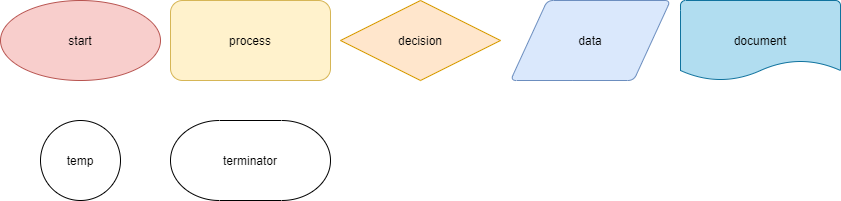
Before: explore/diagramming/diagram.drawio.png, a diagram exported from draw.io (StevenSchaeffer/fa21-cse110-lab4). Source tidied: cells renumbered, new cells last; positions are measured from the earlier drawing's top-left corner, leaving out a move shared by most shapes.
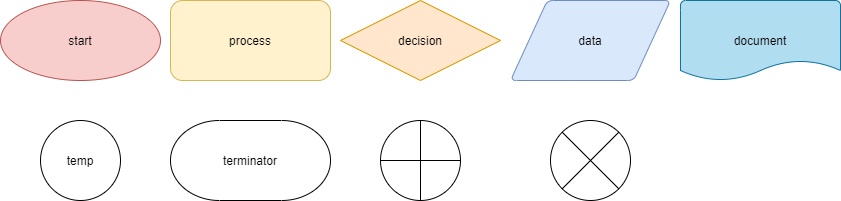
After the change.

The edit, as a diff of the source:
```diff
@@ -26,5 +26,11 @@
     <mxCell id="9" value="terminator" style="strokeWidth=1;html=1;shape=mxgraph.flowchart.terminator;whiteSpace=wrap;" parent="1" vertex="1">
       <mxGeometry x="170" y="120" width="160" height="80" as="geometry" />
     </mxCell>
+    <mxCell id="10" style="verticalLabelPosition=bottom;verticalAlign=top;html=1;shape=mxgraph.flowchart.summing_function;strokeWidth=1;" parent="1" vertex="1">
+      <mxGeometry x="380" y="120" width="80" height="80" as="geometry" />
+    </mxCell>
+    <mxCell id="11" style="verticalLabelPosition=bottom;verticalAlign=top;html=1;shape=mxgraph.flowchart.or;strokeWidth=1;" parent="1" vertex="1">
+      <mxGeometry x="550" y="120" width="80" height="80" as="geometry" />
+    </mxCell>
   </root>
 </mxGraphModel>
```
